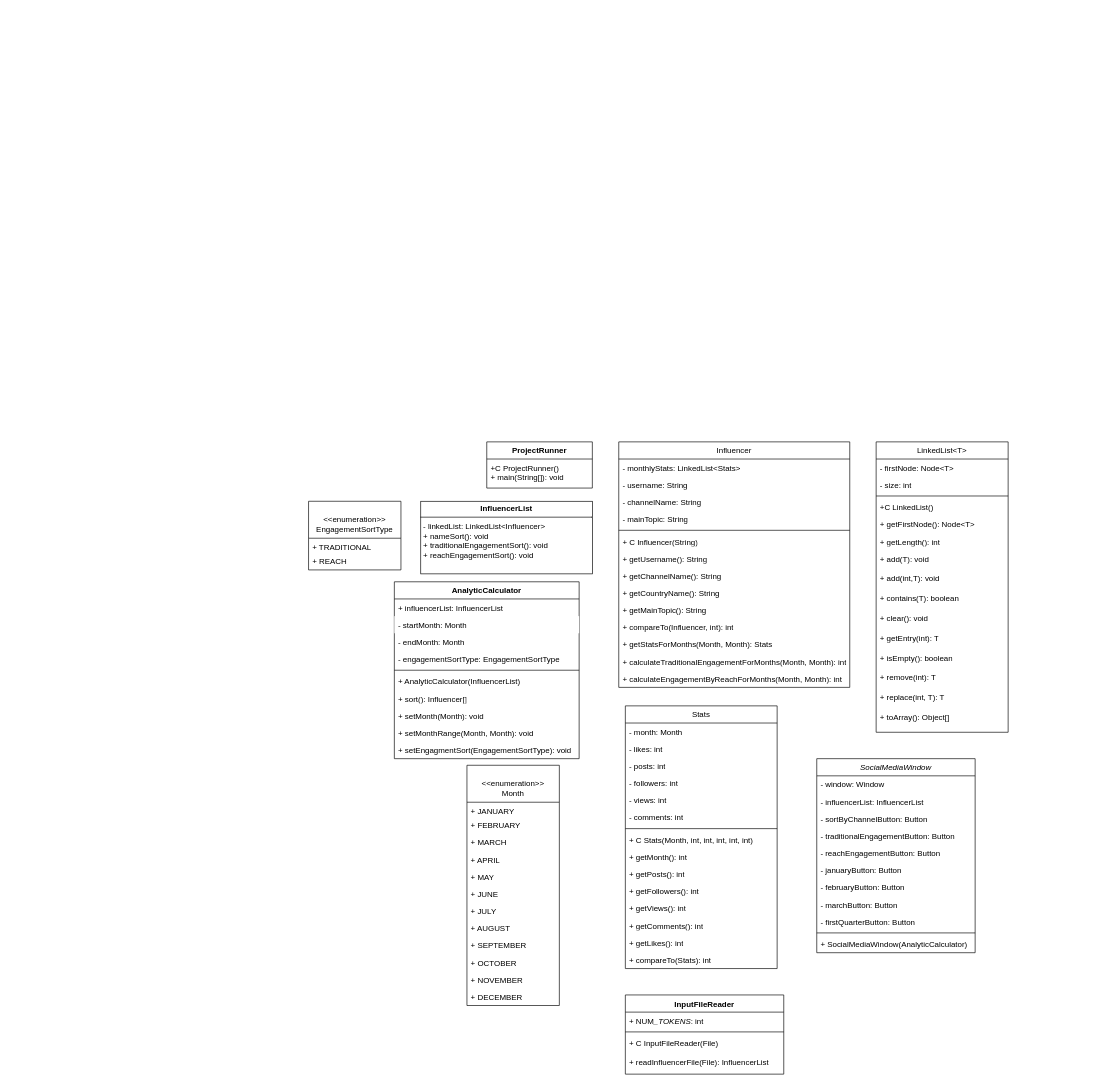
Above: Project5_UML.drawio in joshuap00/Prj5_UML (draw.io), before the change. Source tidied: cells renumbered, new cells numbered last; positions are measured from the earlier drawing's top-left corner, leaving out a move shared by most shapes. Both pictures are drawn from the tidied source at 66%, with x=0, y=0 at pixel (308, 442).
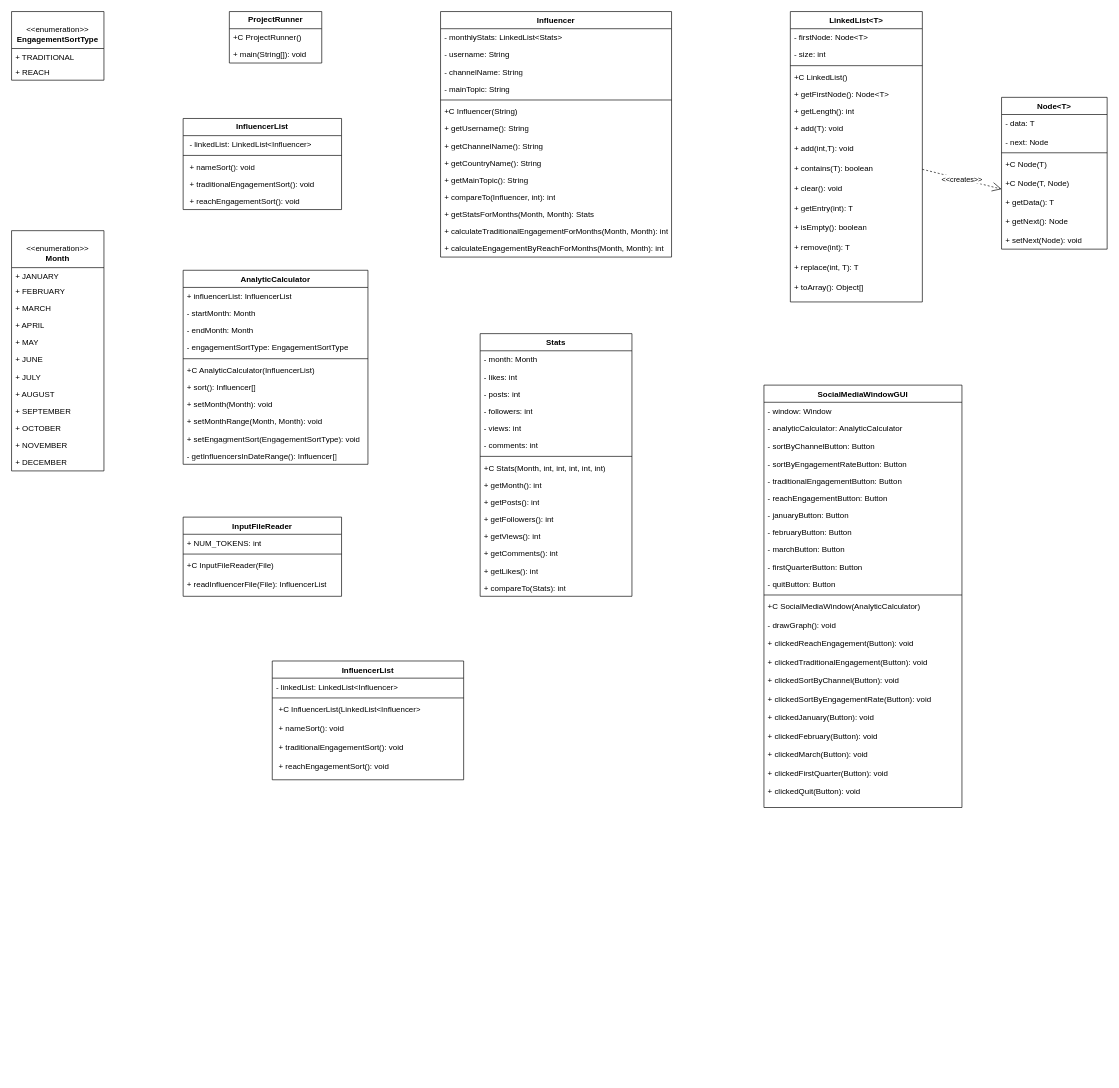
After the change.

The change refers to these unchanged cells:
```xml
<mxCell id="26" value="+&amp;nbsp;contains(T): boolean" style="text;strokeColor=none;fillColor=none;align=left;verticalAlign=top;spacingLeft=4;spacingRight=4;overflow=hidden;points=[[0,0.5],[1,0.5]];portConstraint=eastwest;whiteSpace=wrap;html=1;" parent="17" vertex="1">
  <mxGeometry y="224" width="200" height="30" as="geometry" />
</mxCell>
```

What changed in the source:
```diff
@@
-    <mxCell id="2" value="Influencer" style="swimlane;fontStyle=0;align=center;verticalAlign=top;horizontal=1;startSize=26;rounded=0;shadow=0;strokeWidth=1;" parent="1" vertex="1">
-      <mxGeometry x="470" width="350" height="372" as="geometry" />
+    <mxCell id="2" value="Influencer" style="swimlane;fontStyle=1;align=center;verticalAlign=top;horizontal=1;startSize=26;rounded=0;shadow=0;strokeWidth=1;labelBackgroundColor=default;" parent="1" vertex="1">
+      <mxGeometry x="200" y="-652" width="350" height="372" as="geometry" />
     </mxCell>
@@
-    <mxCell id="8" value="+ C Influencer(String)" style="text;strokeColor=none;fillColor=none;align=left;verticalAlign=top;spacingLeft=4;spacingRight=4;overflow=hidden;whiteSpace=wrap;html=1;" parent="2" vertex="1">
+    <mxCell id="8" value="+C Influencer(String)" style="text;strokeColor=none;fillColor=none;align=left;verticalAlign=top;spacingLeft=4;spacingRight=4;overflow=hidden;whiteSpace=wrap;html=1;" parent="2" vertex="1">
       <mxGeometry y="138" width="350" height="26" as="geometry" />
     </mxCell>
@@
-    <mxCell id="17" value="LinkedList&lt;T&gt;" style="swimlane;fontStyle=0;align=center;verticalAlign=top;horizontal=1;startSize=26;rounded=0;shadow=0;strokeWidth=1;" parent="1" vertex="1">
-      <mxGeometry x="860" width="200" height="440" as="geometry" />
+    <mxCell id="17" value="LinkedList&lt;T&gt;" style="swimlane;fontStyle=1;align=center;verticalAlign=top;horizontal=1;startSize=26;rounded=0;shadow=0;strokeWidth=1;" parent="1" vertex="1">
+      <mxGeometry x="730" y="-652" width="200" height="440" as="geometry" />
     </mxCell>
@@
-    <mxCell id="33" value="&lt;p style=&quot;margin:0px;margin-top:4px;text-align:center;&quot;&gt;&lt;b&gt;InfluencerList&lt;/b&gt;&lt;/p&gt;&lt;hr size=&quot;1&quot; style=&quot;border-style:solid;&quot;&gt;&lt;p style=&quot;margin:0px;margin-left:4px;&quot;&gt;- linkedList: LinkedList&amp;lt;Influencer&amp;gt;&lt;/p&gt;&lt;p style=&quot;margin:0px;margin-left:4px;&quot;&gt;&lt;/p&gt;&lt;p style=&quot;margin:0px;margin-left:4px;&quot;&gt;+ nameSort(): void&lt;/p&gt;&lt;p style=&quot;margin:0px;margin-left:4px;&quot;&gt;+ traditionalEngagementSort(): void&lt;/p&gt;&lt;p style=&quot;margin:0px;margin-left:4px;&quot;&gt;+ reachEngagementSort(): void&lt;/p&gt;&lt;p style=&quot;margin:0px;margin-left:4px;&quot;&gt;&lt;br&gt;&lt;/p&gt;" style="verticalAlign=top;align=left;overflow=fill;html=1;whiteSpace=wrap;" parent="1" vertex="1">
-      <mxGeometry x="170" y="90" width="260" height="110" as="geometry" />
-    </mxCell>
     <mxCell id="34" value="InputFileReader" style="swimlane;fontStyle=1;align=center;verticalAlign=top;horizontal=1;startSize=26;whiteSpace=wrap;html=1;" parent="1" vertex="1">
-      <mxGeometry x="480" y="838" width="240" height="120" as="geometry" />
+      <mxGeometry x="-190" y="114" width="240" height="120" as="geometry" />
     </mxCell>
-    <mxCell id="35" value="+ NUM&lt;i&gt;_TOKENS&lt;/i&gt;: int" style="text;strokeColor=none;fillColor=none;align=left;verticalAlign=top;spacingLeft=4;spacingRight=4;overflow=hidden;whiteSpace=wrap;html=1;" parent="34" vertex="1">
+    <mxCell id="35" value="+ NUM&lt;span&gt;_TOKENS&lt;/span&gt;: int" style="text;strokeColor=none;fillColor=none;align=left;verticalAlign=top;spacingLeft=4;spacingRight=4;overflow=hidden;whiteSpace=wrap;html=1;fontStyle=0;" parent="34" vertex="1">
       <mxGeometry y="26" width="240" height="26" as="geometry" />
     </mxCell>
@@
-    <mxCell id="37" value="&lt;div&gt;+ C InputFileReader(File)&lt;/div&gt;&lt;div&gt;&lt;br&gt;&lt;/div&gt;+ readInfluencerFile(File): InfluencerList&lt;div&gt;&lt;div&gt;&lt;br&gt;&lt;/div&gt;&lt;/div&gt;" style="text;strokeColor=none;fillColor=none;align=left;verticalAlign=top;spacingLeft=4;spacingRight=4;overflow=hidden;whiteSpace=wrap;html=1;" parent="34" vertex="1">
+    <mxCell id="37" value="&lt;div&gt;+C InputFileReader(File)&lt;/div&gt;&lt;div&gt;&lt;br&gt;&lt;/div&gt;+ readInfluencerFile(File): InfluencerList&lt;div&gt;&lt;div&gt;&lt;br&gt;&lt;/div&gt;&lt;/div&gt;" style="text;strokeColor=none;fillColor=none;align=left;verticalAlign=top;spacingLeft=4;spacingRight=4;overflow=hidden;whiteSpace=wrap;html=1;" parent="34" vertex="1">
       <mxGeometry y="60" width="240" height="60" as="geometry" />
     </mxCell>
-    <mxCell id="38" value="&lt;div&gt;&lt;br&gt;&lt;/div&gt;&lt;div&gt;&amp;lt;&amp;lt;enumeration&amp;gt;&amp;gt;&lt;/div&gt;Month" style="swimlane;fontStyle=0;horizontal=1;startSize=56;fillColor=none;whiteSpace=wrap;html=1;" parent="1" vertex="1">
-      <mxGeometry x="240" y="490" width="140" height="364" as="geometry" />
+    <mxCell id="38" value="&lt;div&gt;&lt;span style=&quot;font-weight: normal;&quot;&gt;&lt;br&gt;&lt;/span&gt;&lt;/div&gt;&lt;div&gt;&lt;span style=&quot;font-weight: normal;&quot;&gt;&amp;lt;&amp;lt;enumeration&amp;gt;&amp;gt;&lt;/span&gt;&lt;/div&gt;Month" style="swimlane;fontStyle=1;horizontal=1;startSize=56;fillColor=none;whiteSpace=wrap;html=1;" parent="1" vertex="1">
+      <mxGeometry x="-450" y="-320" width="140" height="364" as="geometry" />
     </mxCell>
@@
     <mxCell id="51" value="AnalyticCalculator" style="swimlane;fontStyle=1;align=center;verticalAlign=top;horizontal=1;startSize=26;whiteSpace=wrap;html=1;" parent="1" vertex="1">
-      <mxGeometry x="130" y="212" width="280" height="268" as="geometry" />
+      <mxGeometry x="-190" y="-260" width="280" height="294" as="geometry" />
     </mxCell>
@@
-    <mxCell id="53" value="- startMonth: Month" style="text;strokeColor=none;fillColor=default;align=left;verticalAlign=top;spacingLeft=4;spacingRight=4;overflow=hidden;whiteSpace=wrap;html=1;" parent="51" vertex="1">
+    <mxCell id="53" value="- startMonth: Month" style="text;strokeColor=none;fillColor=none;align=left;verticalAlign=top;spacingLeft=4;spacingRight=4;overflow=hidden;whiteSpace=wrap;html=1;" parent="51" vertex="1">
       <mxGeometry y="52" width="280" height="26" as="geometry" />
     </mxCell>
@@
-    <mxCell id="57" value="+ AnalyticCalculator(InfluencerList)" style="text;strokeColor=none;fillColor=none;align=left;verticalAlign=top;spacingLeft=4;spacingRight=4;overflow=hidden;whiteSpace=wrap;html=1;" parent="51" vertex="1">
+    <mxCell id="57" value="+C AnalyticCalculator(InfluencerList)" style="text;strokeColor=none;fillColor=none;align=left;verticalAlign=top;spacingLeft=4;spacingRight=4;overflow=hidden;whiteSpace=wrap;html=1;" parent="51" vertex="1">
       <mxGeometry y="138" width="280" height="26" as="geometry" />
     </mxCell>
@@
-    <mxCell id="62" value="ProjectRunner" style="swimlane;fontStyle=1;align=center;verticalAlign=top;horizontal=1;startSize=26;whiteSpace=wrap;html=1;" parent="1" vertex="1">
-      <mxGeometry x="270" width="160" height="70" as="geometry" />
-    </mxCell>
-    <mxCell id="63" value="+C ProjectRunner()&lt;div&gt;+ main(String[]): void&lt;/div&gt;" style="text;strokeColor=none;fillColor=none;align=left;verticalAlign=top;spacingLeft=4;spacingRight=4;overflow=hidden;whiteSpace=wrap;html=1;" parent="62" vertex="1">
-      <mxGeometry y="26" width="160" height="44" as="geometry" />
-    </mxCell>
+    <mxCell id="95" value="- getInfluencersInDateRange(): Influencer[]" style="text;strokeColor=none;fillColor=none;align=left;verticalAlign=top;spacingLeft=4;spacingRight=4;overflow=hidden;whiteSpace=wrap;html=1;" parent="51" vertex="1">
+      <mxGeometry y="268" width="280" height="26" as="geometry" />
+    </mxCell>
-    <mxCell id="64" value="Stats" style="swimlane;fontStyle=0;horizontal=1;startSize=26;fillColor=none;whiteSpace=wrap;html=1;" parent="1" vertex="1">
-      <mxGeometry x="480" y="400" width="230" height="398" as="geometry" />
+    <mxCell id="64" value="&lt;b&gt;Stats&lt;/b&gt;" style="swimlane;fontStyle=1;horizontal=1;startSize=26;fillColor=none;whiteSpace=wrap;html=1;" parent="1" vertex="1">
+      <mxGeometry x="260" y="-164" width="230" height="398" as="geometry" />
     </mxCell>
@@
-    <mxCell id="72" value="+ C Stats(Month, int, int, int, int, int)" style="text;strokeColor=none;fillColor=none;align=left;verticalAlign=top;spacingLeft=4;spacingRight=4;overflow=hidden;whiteSpace=wrap;html=1;" parent="64" vertex="1">
+    <mxCell id="72" value="+C Stats(Month, int, int, int, int, int)" style="text;strokeColor=none;fillColor=none;align=left;verticalAlign=top;spacingLeft=4;spacingRight=4;overflow=hidden;whiteSpace=wrap;html=1;" parent="64" vertex="1">
       <mxGeometry y="190" width="230" height="26" as="geometry" />
     </mxCell>
@@
-    <mxCell id="80" value="SocialMediaWindow" style="swimlane;fontStyle=2;align=center;verticalAlign=top;horizontal=1;startSize=26;rounded=0;shadow=0;strokeWidth=1;" parent="1" vertex="1">
-      <mxGeometry x="770" y="480" width="240" height="294" as="geometry" />
+    <mxCell id="80" value="SocialMediaWindowGUI" style="swimlane;fontStyle=1;align=center;verticalAlign=top;horizontal=1;startSize=26;rounded=0;shadow=0;strokeWidth=1;" parent="1" vertex="1">
+      <mxGeometry x="690" y="-86" width="300" height="640" as="geometry" />
     </mxCell>
     <mxCell id="81" value="- window: Window" style="text;align=left;verticalAlign=top;spacingLeft=4;spacingRight=4;overflow=hidden;" parent="80" vertex="1">
-      <mxGeometry y="26" width="240" height="26" as="geometry" />
+      <mxGeometry y="26" width="300" height="26" as="geometry" />
     </mxCell>
-    <mxCell id="82" value="- influencerList: InfluencerList" style="text;align=left;verticalAlign=top;spacingLeft=4;spacingRight=4;overflow=hidden;" parent="80" vertex="1">
-      <mxGeometry y="52" width="240" height="26" as="geometry" />
-    </mxCell>
+    <mxCell id="96" value="- analyticCalculator: AnalyticCalculator" style="text;align=left;verticalAlign=top;spacingLeft=4;spacingRight=4;overflow=hidden;" parent="80" vertex="1">
+      <mxGeometry y="52" width="300" height="28" as="geometry" />
+    </mxCell>
     <mxCell id="83" value="- sortByChannelButton: Button" style="text;align=left;verticalAlign=top;spacingLeft=4;spacingRight=4;overflow=hidden;" parent="80" vertex="1">
-      <mxGeometry y="78" width="240" height="26" as="geometry" />
+      <mxGeometry y="80" width="300" height="26" as="geometry" />
     </mxCell>
+    <mxCell id="97" value="- sortByEngagementRateButton: Button" style="text;align=left;verticalAlign=top;spacingLeft=4;spacingRight=4;overflow=hidden;" parent="80" vertex="1">
+      <mxGeometry y="106" width="300" height="26" as="geometry" />
+    </mxCell>
     <mxCell id="84" value="- traditionalEngagementButton: Button" style="text;align=left;verticalAlign=top;spacingLeft=4;spacingRight=4;overflow=hidden;" parent="80" vertex="1">
-      <mxGeometry y="104" width="240" height="26" as="geometry" />
+      <mxGeometry y="132" width="300" height="26" as="geometry" />
     </mxCell>
     <mxCell id="85" value="- reachEngagementButton: Button" style="text;align=left;verticalAlign=top;spacingLeft=4;spacingRight=4;overflow=hidden;" parent="80" vertex="1">
-      <mxGeometry y="130" width="240" height="26" as="geometry" />
+      <mxGeometry y="158" width="300" height="26" as="geometry" />
     </mxCell>
     <mxCell id="86" value="- januaryButton: Button" style="text;align=left;verticalAlign=top;spacingLeft=4;spacingRight=4;overflow=hidden;" parent="80" vertex="1">
-      <mxGeometry y="156" width="240" height="26" as="geometry" />
+      <mxGeometry y="184" width="300" height="26" as="geometry" />
     </mxCell>
     <mxCell id="87" value="- februaryButton: Button" style="text;align=left;verticalAlign=top;spacingLeft=4;spacingRight=4;overflow=hidden;" parent="80" vertex="1">
-      <mxGeometry y="182" width="240" height="26" as="geometry" />
+      <mxGeometry y="210" width="300" height="26" as="geometry" />
     </mxCell>
     <mxCell id="88" value="- marchButton: Button" style="text;align=left;verticalAlign=top;spacingLeft=4;spacingRight=4;overflow=hidden;" parent="80" vertex="1">
-      <mxGeometry y="208" width="240" height="26" as="geometry" />
+      <mxGeometry y="236" width="300" height="26" as="geometry" />
     </mxCell>
     <mxCell id="89" value="- firstQuarterButton: Button" style="text;align=left;verticalAlign=top;spacingLeft=4;spacingRight=4;overflow=hidden;" parent="80" vertex="1">
-      <mxGeometry y="234" width="240" height="26" as="geometry" />
+      <mxGeometry y="262" width="300" height="26" as="geometry" />
     </mxCell>
+    <mxCell id="98" value="- quitButton: Button" style="text;align=left;verticalAlign=top;spacingLeft=4;spacingRight=4;overflow=hidden;" parent="80" vertex="1">
+      <mxGeometry y="288" width="300" height="26" as="geometry" />
+    </mxCell>
     <mxCell id="90" style="line;html=1;strokeWidth=1;align=left;verticalAlign=middle;spacingTop=-1;spacingLeft=3;spacingRight=3;labelPosition=right;" parent="80" vertex="1">
-      <mxGeometry y="260" width="240" height="8" as="geometry" />
+      <mxGeometry y="314" width="300" height="8" as="geometry" />
     </mxCell>
-    <mxCell id="91" value="+ SocialMediaWindow(AnalyticCalculator)" style="text;align=left;verticalAlign=top;spacingLeft=4;spacingRight=4;overflow=hidden;" parent="80" vertex="1">
-      <mxGeometry y="268" width="240" height="26" as="geometry" />
+    <mxCell id="91" value="+C SocialMediaWindow(AnalyticCalculator)&#10;&#10;- drawGraph(): void&#10;&#10;+ clickedReachEngagement(Button): void&#10;&#10;+ clickedTraditionalEngagement(Button): void&#10;&#10;+ clickedSortByChannel(Button): void&#10;&#10;+ clickedSortByEngagementRate(Button): void&#10;&#10;+ clickedJanuary(Button): void&#10;&#10;+ clickedFebruary(Button): void&#10;&#10;+ clickedMarch(Button): void&#10;&#10;+ clickedFirstQuarter(Button): void&#10;&#10;+ clickedQuit(Button): void&#10;" style="text;align=left;verticalAlign=top;spacingLeft=4;spacingRight=4;overflow=hidden;" parent="80" vertex="1">
+      <mxGeometry y="322" width="300" height="318" as="geometry" />
     </mxCell>
-    <mxCell id="92" value="&lt;div&gt;&lt;br&gt;&lt;/div&gt;&lt;div&gt;&amp;lt;&amp;lt;enumeration&amp;gt;&amp;gt;&lt;/div&gt;EngagementSortType" style="swimlane;fontStyle=0;horizontal=1;startSize=56;fillColor=none;whiteSpace=wrap;html=1;" parent="1" vertex="1">
-      <mxGeometry y="90" width="140" height="104" as="geometry" />
+    <mxCell id="92" value="&lt;div&gt;&lt;br&gt;&lt;/div&gt;&lt;div&gt;&amp;lt;&amp;lt;enumeration&amp;gt;&amp;gt;&lt;/div&gt;&lt;b&gt;EngagementSortType&lt;/b&gt;" style="swimlane;fontStyle=0;horizontal=1;startSize=56;fillColor=none;whiteSpace=wrap;html=1;" parent="1" vertex="1">
+      <mxGeometry x="-450" y="-652" width="140" height="104" as="geometry" />
     </mxCell>
@@
+    <mxCell id="99" value="InfluencerList" style="swimlane;fontStyle=1;align=center;verticalAlign=top;horizontal=1;startSize=26;whiteSpace=wrap;html=1;" parent="1" vertex="1">
+      <mxGeometry x="-55" y="332" width="290" height="180" as="geometry" />
+    </mxCell>
+    <mxCell id="100" value="- linkedList: LinkedList&amp;lt;Influencer&amp;gt;" style="text;strokeColor=none;fillColor=none;align=left;verticalAlign=top;spacingLeft=4;spacingRight=4;overflow=hidden;whiteSpace=wrap;html=1;" parent="99" vertex="1">
+      <mxGeometry y="26" width="290" height="26" as="geometry" />
+    </mxCell>
+    <mxCell id="101" style="line;strokeWidth=1;fillColor=none;align=left;verticalAlign=middle;spacingTop=-1;spacingLeft=3;spacingRight=3;labelPosition=right;strokeColor=inherit;" parent="99" vertex="1">
+      <mxGeometry y="52" width="290" height="8" as="geometry" />
+    </mxCell>
+    <mxCell id="102" value="&lt;p style=&quot;margin: 0px 0px 0px 4px;&quot;&gt;&lt;span style=&quot;background-color: initial;&quot;&gt;+C InfluencerList(LinkedList&amp;lt;Influencer&amp;gt;&lt;/span&gt;&lt;/p&gt;&lt;p style=&quot;margin: 0px 0px 0px 4px;&quot;&gt;&lt;span style=&quot;background-color: initial;&quot;&gt;&lt;br&gt;&lt;/span&gt;&lt;/p&gt;&lt;p style=&quot;margin: 0px 0px 0px 4px;&quot;&gt;&lt;span style=&quot;background-color: initial;&quot;&gt;+ nameSort(): void&lt;/span&gt;&lt;/p&gt;&lt;p style=&quot;margin: 0px 0px 0px 4px;&quot;&gt;&lt;span style=&quot;background-color: initial;&quot;&gt;&lt;br&gt;&lt;/span&gt;&lt;/p&gt;&lt;p style=&quot;margin: 0px 0px 0px 4px;&quot;&gt;+ traditionalEngagementSort(): void&lt;/p&gt;&lt;p style=&quot;margin: 0px 0px 0px 4px;&quot;&gt;&lt;br&gt;&lt;/p&gt;&lt;p style=&quot;margin: 0px 0px 0px 4px;&quot;&gt;+ reachEngagementSort(): void&lt;/p&gt;&lt;p style=&quot;margin: 0px 0px 0px 4px;&quot;&gt;&lt;br&gt;&lt;/p&gt;" style="text;strokeColor=none;fillColor=none;align=left;verticalAlign=top;spacingLeft=4;spacingRight=4;overflow=hidden;whiteSpace=wrap;html=1;" parent="99" vertex="1">
+      <mxGeometry y="60" width="290" height="120" as="geometry" />
+    </mxCell>
+    <mxCell id="103" value="&lt;b&gt;InfluencerList&lt;/b&gt;" style="swimlane;fontStyle=0;horizontal=1;startSize=26;fillColor=none;whiteSpace=wrap;html=1;" parent="1" vertex="1">
+      <mxGeometry x="-190" y="-490" width="240" height="138" as="geometry" />
+    </mxCell>
+    <mxCell id="104" value="&lt;p style=&quot;margin: 0px 0px 0px 4px;&quot;&gt;- linkedList: LinkedList&amp;lt;Influencer&amp;gt;&lt;/p&gt;&lt;div&gt;&lt;br&gt;&lt;/div&gt;&lt;p style=&quot;margin: 0px 0px 0px 4px;&quot;&gt;&lt;/p&gt;" style="text;strokeColor=none;fillColor=none;align=left;verticalAlign=top;spacingLeft=4;spacingRight=4;overflow=hidden;whiteSpace=wrap;html=1;" parent="103" vertex="1">
+      <mxGeometry y="26" width="240" height="26" as="geometry" />
+    </mxCell>
+    <mxCell id="105" style="line;strokeWidth=1;fillColor=none;align=left;verticalAlign=middle;spacingTop=-1;spacingLeft=3;spacingRight=3;labelPosition=right;strokeColor=inherit;" parent="103" vertex="1">
+      <mxGeometry y="52" width="240" height="8" as="geometry" />
+    </mxCell>
+    <mxCell id="106" value="&lt;p style=&quot;margin: 0px 0px 0px 4px;&quot;&gt;&lt;span style=&quot;background-color: initial;&quot;&gt;+ nameSort(): void&lt;/span&gt;&lt;/p&gt;&lt;div&gt;&lt;span style=&quot;background-color: initial;&quot;&gt;&lt;br&gt;&lt;/span&gt;&lt;/div&gt;" style="text;strokeColor=none;fillColor=none;align=left;verticalAlign=top;spacingLeft=4;spacingRight=4;overflow=hidden;whiteSpace=wrap;html=1;" parent="103" vertex="1">
+      <mxGeometry y="60" width="240" height="26" as="geometry" />
+    </mxCell>
+    <mxCell id="107" value="&lt;p style=&quot;margin: 0px 0px 0px 4px;&quot;&gt;&lt;span style=&quot;background-color: initial;&quot;&gt;+ traditionalEngagementSort(): void&lt;/span&gt;&lt;/p&gt;" style="text;strokeColor=none;fillColor=none;align=left;verticalAlign=top;spacingLeft=4;spacingRight=4;overflow=hidden;whiteSpace=wrap;html=1;" parent="103" vertex="1">
+      <mxGeometry y="86" width="240" height="26" as="geometry" />
+    </mxCell>
+    <mxCell id="108" value="&lt;p style=&quot;margin: 0px 0px 0px 4px;&quot;&gt;&lt;span style=&quot;background-color: initial;&quot;&gt;+ reachEngagementSort(): void&lt;/span&gt;&lt;/p&gt;&lt;p style=&quot;margin: 0px 0px 0px 4px;&quot;&gt;&lt;br&gt;&lt;/p&gt;" style="text;strokeColor=none;fillColor=none;align=left;verticalAlign=top;spacingLeft=4;spacingRight=4;overflow=hidden;whiteSpace=wrap;html=1;" parent="103" vertex="1">
+      <mxGeometry y="112" width="240" height="26" as="geometry" />
+    </mxCell>
+    <mxCell id="109" value="Node&amp;lt;T&amp;gt;" style="swimlane;fontStyle=1;align=center;verticalAlign=top;horizontal=1;startSize=26;whiteSpace=wrap;html=1;" parent="1" vertex="1">
+      <mxGeometry x="1050" y="-522" width="160" height="230" as="geometry" />
+    </mxCell>
+    <mxCell id="110" value="&lt;div&gt;- data: T&lt;/div&gt;&lt;div&gt;&lt;br&gt;&lt;/div&gt;&lt;div&gt;- next: Node&lt;/div&gt;" style="text;strokeColor=none;fillColor=none;align=left;verticalAlign=top;spacingLeft=4;spacingRight=4;overflow=hidden;whiteSpace=wrap;html=1;" parent="109" vertex="1">
+      <mxGeometry y="26" width="160" height="54" as="geometry" />
+    </mxCell>
+    <mxCell id="111" style="line;strokeWidth=1;fillColor=none;align=left;verticalAlign=middle;spacingTop=-1;spacingLeft=3;spacingRight=3;labelPosition=right;strokeColor=inherit;" parent="109" vertex="1">
+      <mxGeometry y="80" width="160" height="8" as="geometry" />
+    </mxCell>
+    <mxCell id="112" value="&lt;div&gt;+C Node(T)&lt;/div&gt;&lt;div&gt;&lt;br&gt;&lt;/div&gt;&lt;div&gt;+C Node(T, Node)&lt;/div&gt;&lt;div&gt;&amp;nbsp;&lt;/div&gt;&lt;div&gt;+ getData(): T&lt;/div&gt;&lt;div&gt;&lt;br&gt;&lt;/div&gt;&lt;div&gt;+ getNext(): Node&lt;/div&gt;&lt;div&gt;&lt;br&gt;&lt;/div&gt;&lt;div&gt;+ setNext(Node): void&lt;/div&gt;" style="text;strokeColor=none;fillColor=none;align=left;verticalAlign=top;spacingLeft=4;spacingRight=4;overflow=hidden;points=[[0,0.5],[1,0.5]];portConstraint=eastwest;whiteSpace=wrap;html=1;" parent="109" vertex="1">
+      <mxGeometry y="88" width="160" height="142" as="geometry" />
+    </mxCell>
+    <mxCell id="62" value="&lt;span style=&quot;font-weight: 700;&quot;&gt;ProjectRunner&lt;/span&gt;" style="swimlane;fontStyle=0;horizontal=1;startSize=26;fillColor=none;whiteSpace=wrap;html=1;" parent="1" vertex="1">
+      <mxGeometry x="-120" y="-652" width="140" height="78" as="geometry" />
+    </mxCell>
+    <mxCell id="113" value="+C ProjectRunner()&lt;div&gt;&lt;br&gt;&lt;/div&gt;" style="text;strokeColor=none;fillColor=none;align=left;verticalAlign=top;spacingLeft=4;spacingRight=4;overflow=hidden;whiteSpace=wrap;html=1;" parent="62" vertex="1">
+      <mxGeometry y="26" width="140" height="26" as="geometry" />
+    </mxCell>
+    <mxCell id="114" value="+ main(String[]): void" style="text;strokeColor=none;fillColor=none;align=left;verticalAlign=top;spacingLeft=4;spacingRight=4;overflow=hidden;whiteSpace=wrap;html=1;" parent="62" vertex="1">
+      <mxGeometry y="52" width="140" height="26" as="geometry" />
+    </mxCell>
+    <mxCell id="115" value="&amp;lt;&amp;lt;creates&amp;gt;&amp;gt;" style="endArrow=open;endSize=12;dashed=1;html=1;rounded=0;exitX=1;exitY=0.5;exitDx=0;exitDy=0;" parent="1" edge="1" source="26" target="112">
+      <mxGeometry relative="1" as="geometry" />
+    </mxCell>
```
